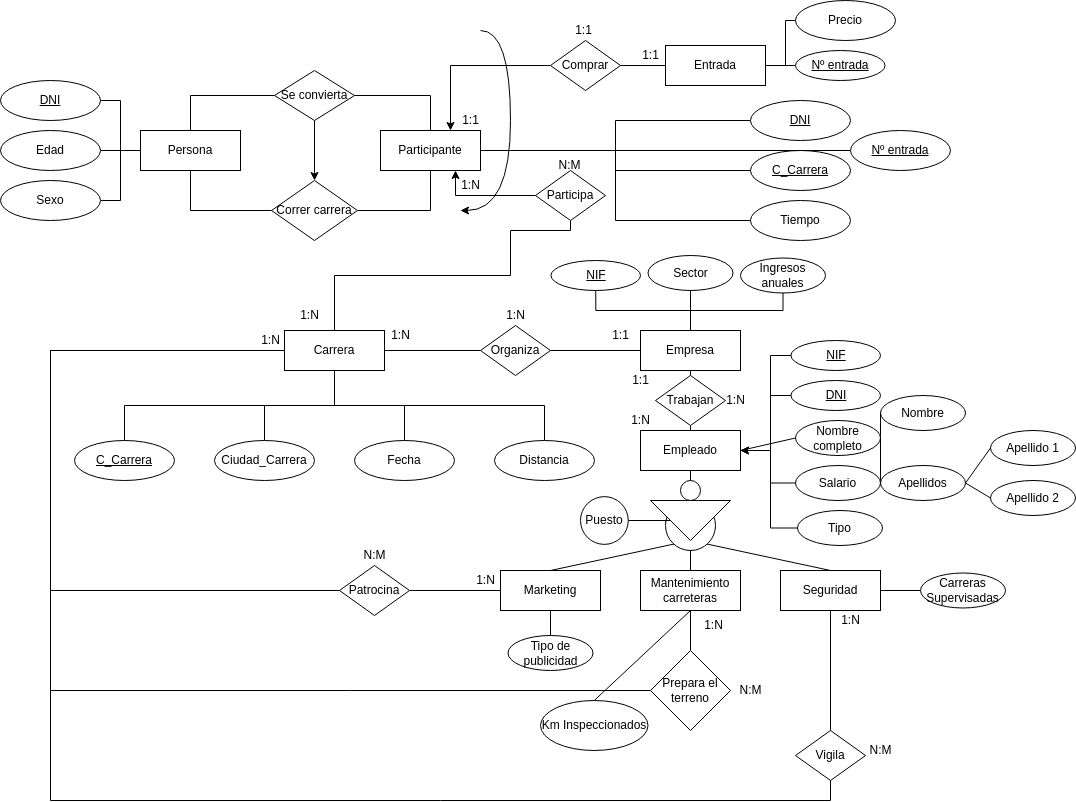
The draw.io diagram Proyecto_de_la_asignatura/Modelos/Modelo_E-R.png in alu0101330037/Practicas_ADBBDD, before a commit. Source tidied: cells renumbered, new cells last; positions are measured from the earlier drawing's top-left corner, leaving out a move shared by most shapes.
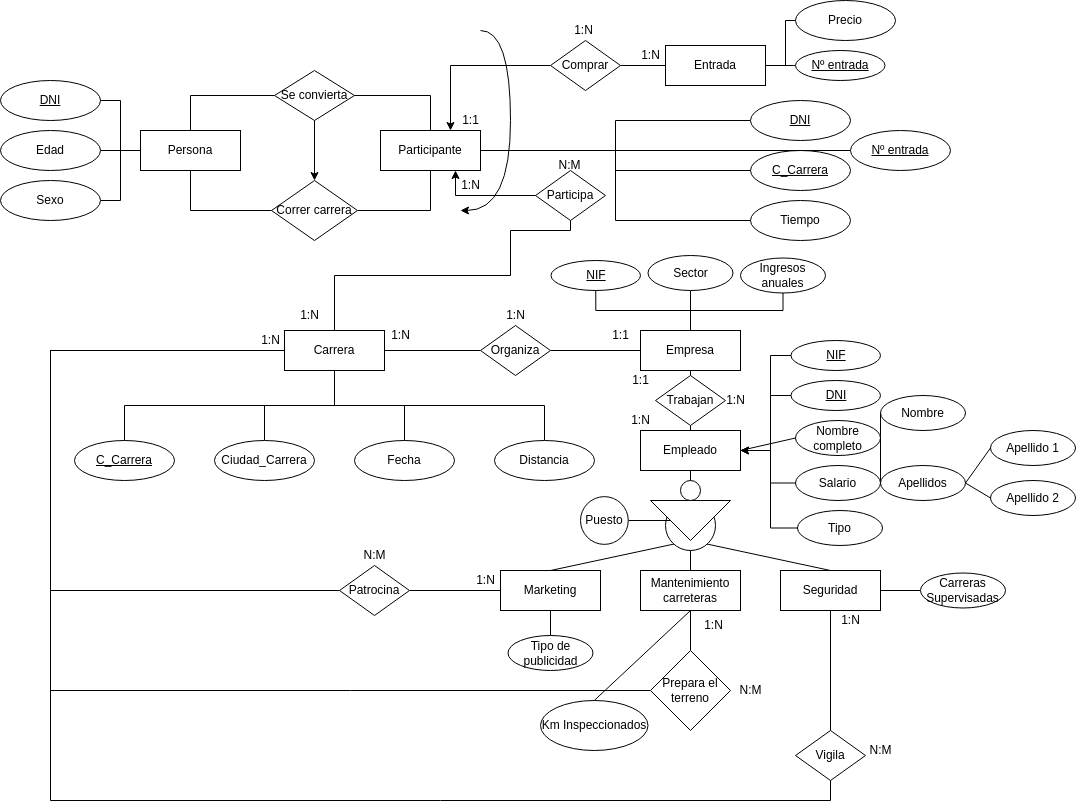
After the change.

Change to the diagram source:
```diff
@@ -435,10 +435,10 @@
     <mxCell id="121" value="1:1" style="text;html=1;align=center;verticalAlign=middle;strokeColor=none;fillColor=none;" parent="1" vertex="1">
       <mxGeometry x="450" y="105" width="40" height="30" as="geometry" />
     </mxCell>
-    <mxCell id="122" value="1:1" style="text;html=1;align=center;verticalAlign=middle;strokeColor=none;fillColor=none;" parent="1" vertex="1">
+    <mxCell id="122" value="1:N" style="text;html=1;align=center;verticalAlign=middle;strokeColor=none;fillColor=none;" parent="1" vertex="1">
       <mxGeometry x="630" y="40" width="40" height="30" as="geometry" />
     </mxCell>
-    <mxCell id="123" value="1:1" style="text;html=1;align=center;verticalAlign=middle;strokeColor=none;fillColor=none;" parent="1" vertex="1">
+    <mxCell id="123" value="1:N" style="text;html=1;align=center;verticalAlign=middle;strokeColor=none;fillColor=none;" parent="1" vertex="1">
       <mxGeometry x="562.5" y="15" width="40" height="30" as="geometry" />
     </mxCell>
     <mxCell id="124" style="edgeStyle=orthogonalEdgeStyle;rounded=0;jettySize=auto;html=1;exitX=0;exitY=0.5;exitDx=0;exitDy=0;entryX=1;entryY=0.5;entryDx=0;entryDy=0;" parent="1" edge="1" source="125" target="47">
```
